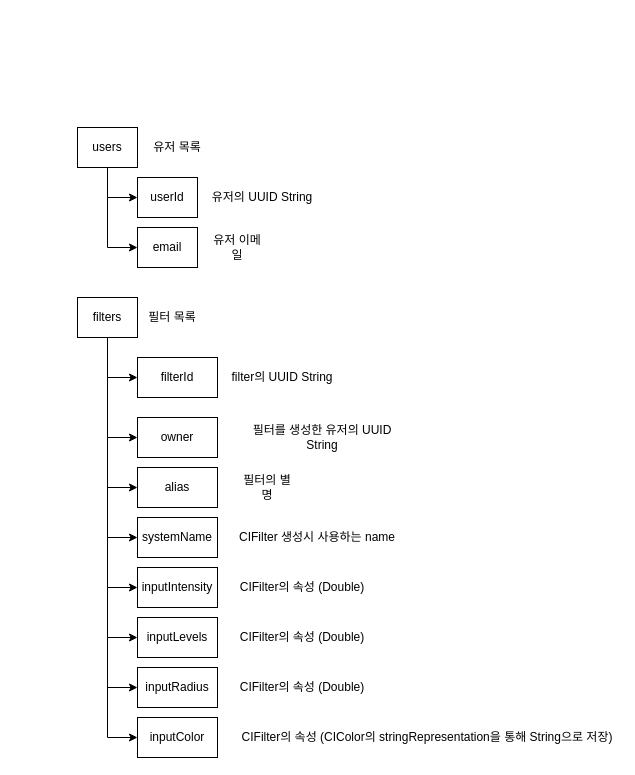
This is SimpleCameraApp.drawio from shintwelv/SimpleCameraFilterApp, a draw.io file, before an edit. Source tidied: cells renumbered, new cells numbered last; positions are measured from the earlier drawing's top-left corner, leaving out a move shared by most shapes. Both pictures are drawn from the tidied source at 100%, with x=0, y=0 at pixel (77, 127).
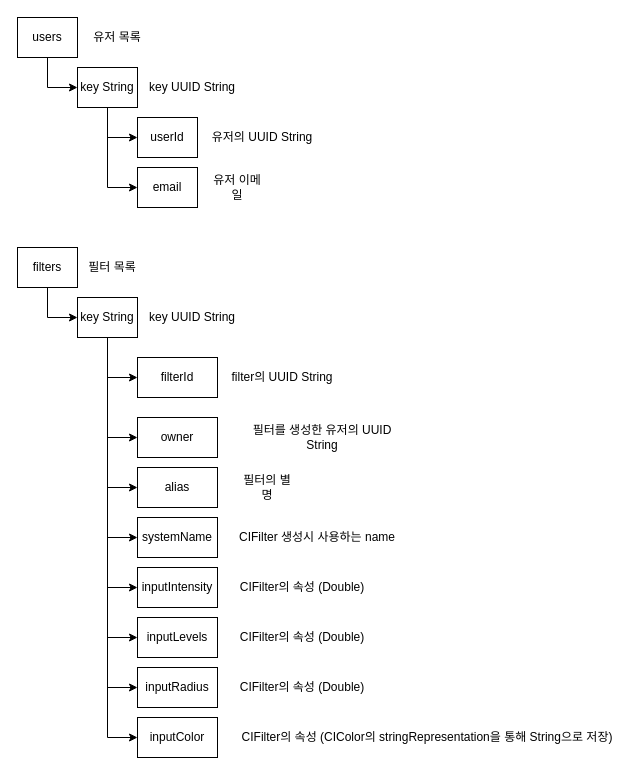
The same page after the edit.

The edit, as a diff of the source:
```diff
@@
-    <mxCell id="2" style="edgeStyle=orthogonalEdgeStyle;rounded=0;jettySize=auto;html=1;entryX=0;entryY=0.5;entryDx=0;entryDy=0;" parent="1" edge="1" source="4" target="5">
-      <mxGeometry relative="1" as="geometry" />
-    </mxCell>
-    <mxCell id="3" style="edgeStyle=orthogonalEdgeStyle;rounded=0;jettySize=auto;html=1;entryX=0;entryY=0.5;entryDx=0;entryDy=0;" parent="1" edge="1" source="4" target="6">
-      <mxGeometry relative="1" as="geometry" />
-    </mxCell>
+    <mxCell id="36" style="edgeStyle=orthogonalEdgeStyle;rounded=0;jettySize=auto;html=1;entryX=0;entryY=0.5;entryDx=0;entryDy=0;" parent="1" edge="1" source="4" target="39">
+      <mxGeometry relative="1" as="geometry" />
+    </mxCell>
     <mxCell id="4" value="users" style="rounded=0;whiteSpace=wrap;html=1;" parent="1" vertex="1">
-      <mxGeometry width="60" height="40" as="geometry" />
+      <mxGeometry x="-60" y="-110" width="60" height="40" as="geometry" />
     </mxCell>
     <mxCell id="5" value="userId" style="rounded=0;whiteSpace=wrap;html=1;" parent="1" vertex="1">
-      <mxGeometry x="60" y="50" width="60" height="40" as="geometry" />
+      <mxGeometry x="60" y="-10" width="60" height="40" as="geometry" />
     </mxCell>
     <mxCell id="6" value="email" style="rounded=0;whiteSpace=wrap;html=1;" parent="1" vertex="1">
-      <mxGeometry x="60" y="100" width="60" height="40" as="geometry" />
+      <mxGeometry x="60" y="40" width="60" height="40" as="geometry" />
     </mxCell>
     <mxCell id="7" value="유저의 UUID String" style="text;html=1;strokeColor=none;fillColor=none;align=center;verticalAlign=middle;whiteSpace=wrap;rounded=0;" parent="1" vertex="1">
-      <mxGeometry x="130" y="55" width="110" height="30" as="geometry" />
+      <mxGeometry x="130" y="-5" width="110" height="30" as="geometry" />
     </mxCell>
     <mxCell id="8" value="유저 목록" style="text;html=1;strokeColor=none;fillColor=none;align=center;verticalAlign=middle;whiteSpace=wrap;rounded=0;" parent="1" vertex="1">
-      <mxGeometry x="70" y="5" width="60" height="30" as="geometry" />
+      <mxGeometry x="10" y="-105" width="60" height="30" as="geometry" />
     </mxCell>
     <mxCell id="9" value="유저 이메일" style="text;html=1;strokeColor=none;fillColor=none;align=center;verticalAlign=middle;whiteSpace=wrap;rounded=0;" parent="1" vertex="1">
-      <mxGeometry x="130" y="105" width="60" height="30" as="geometry" />
+      <mxGeometry x="130" y="45" width="60" height="30" as="geometry" />
     </mxCell>
@@
-    <mxCell id="18" value="filters" style="rounded=0;whiteSpace=wrap;html=1;" parent="1" vertex="1">
+    <mxCell id="18" value="key String" style="rounded=0;whiteSpace=wrap;html=1;" parent="1" vertex="1">
       <mxGeometry y="170" width="60" height="40" as="geometry" />
     </mxCell>
@@
-    <mxCell id="32" value="필터 목록" style="text;html=1;strokeColor=none;fillColor=none;align=center;verticalAlign=middle;whiteSpace=wrap;rounded=0;" parent="1" vertex="1">
-      <mxGeometry x="70" y="175" width="50" height="30" as="geometry" />
+    <mxCell id="32" value="key UUID String" style="text;html=1;strokeColor=none;fillColor=none;align=center;verticalAlign=middle;whiteSpace=wrap;rounded=0;" parent="1" vertex="1">
+      <mxGeometry x="70" y="175" width="90" height="30" as="geometry" />
     </mxCell>
@@
+    <mxCell id="37" style="edgeStyle=orthogonalEdgeStyle;rounded=0;jettySize=auto;html=1;entryX=0;entryY=0.5;entryDx=0;entryDy=0;" parent="1" edge="1" source="39" target="5">
+      <mxGeometry relative="1" as="geometry" />
+    </mxCell>
+    <mxCell id="38" style="edgeStyle=orthogonalEdgeStyle;rounded=0;jettySize=auto;html=1;entryX=0;entryY=0.5;entryDx=0;entryDy=0;" parent="1" edge="1" source="39" target="6">
+      <mxGeometry relative="1" as="geometry" />
+    </mxCell>
+    <mxCell id="39" value="key String" style="rounded=0;whiteSpace=wrap;html=1;" parent="1" vertex="1">
+      <mxGeometry y="-60" width="60" height="40" as="geometry" />
+    </mxCell>
+    <mxCell id="40" value="key UUID String" style="text;html=1;strokeColor=none;fillColor=none;align=center;verticalAlign=middle;whiteSpace=wrap;rounded=0;" parent="1" vertex="1">
+      <mxGeometry x="70" y="-55" width="90" height="30" as="geometry" />
+    </mxCell>
+    <mxCell id="41" style="edgeStyle=orthogonalEdgeStyle;rounded=0;jettySize=auto;html=1;entryX=0;entryY=0.5;entryDx=0;entryDy=0;" parent="1" edge="1" source="42" target="18">
+      <mxGeometry relative="1" as="geometry" />
+    </mxCell>
+    <mxCell id="42" value="filters" style="rounded=0;whiteSpace=wrap;html=1;" parent="1" vertex="1">
+      <mxGeometry x="-60" y="120" width="60" height="40" as="geometry" />
+    </mxCell>
+    <mxCell id="43" value="필터 목록" style="text;html=1;strokeColor=none;fillColor=none;align=center;verticalAlign=middle;whiteSpace=wrap;rounded=0;" parent="1" vertex="1">
+      <mxGeometry x="10" y="125" width="50" height="30" as="geometry" />
+    </mxCell>
```
